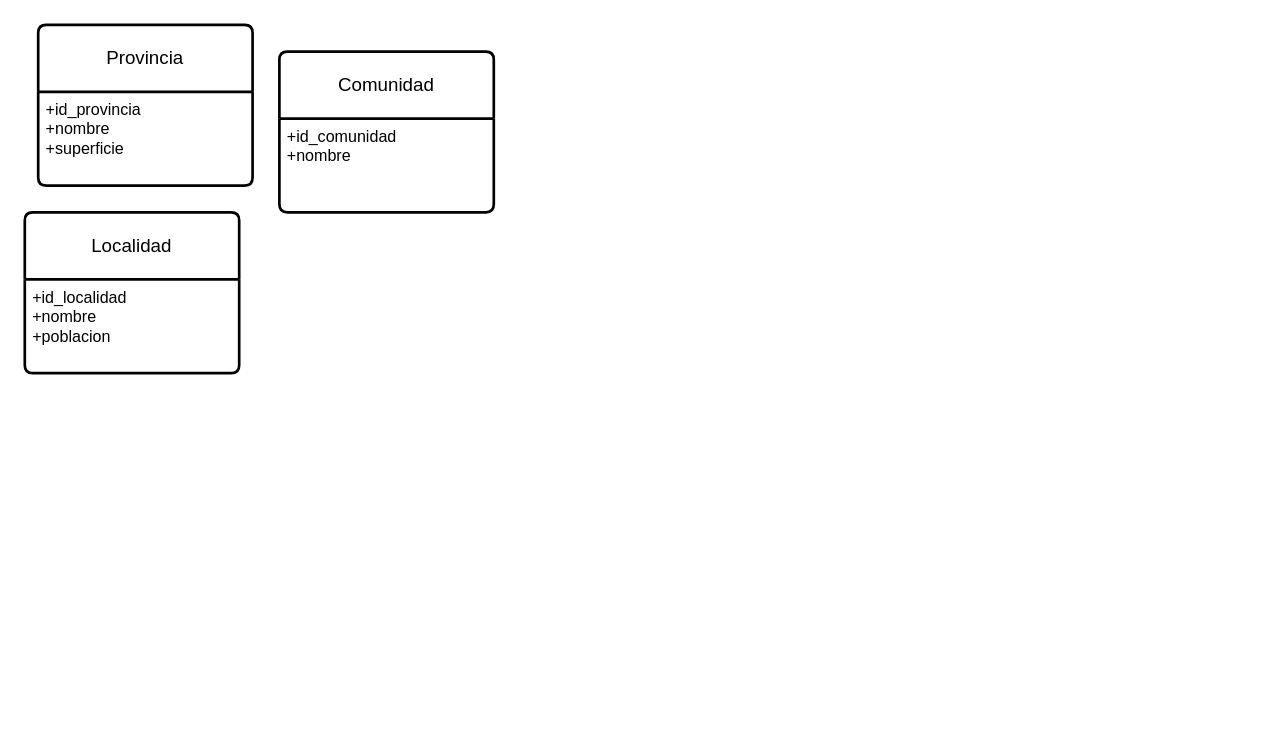
AsierGArranz/aga-sru-sa-t-UD12DiagramaER-11102023 keeps this draw.io diagram as ejercicio3.drawio. Above is the earlier version. Source tidied: cells renumbered, new cells numbered last; positions are measured from the earlier drawing's top-left corner, leaving out a move shared by most shapes. Both pictures are drawn from the tidied source at 134%, with x=0, y=0 at pixel (24, 24).
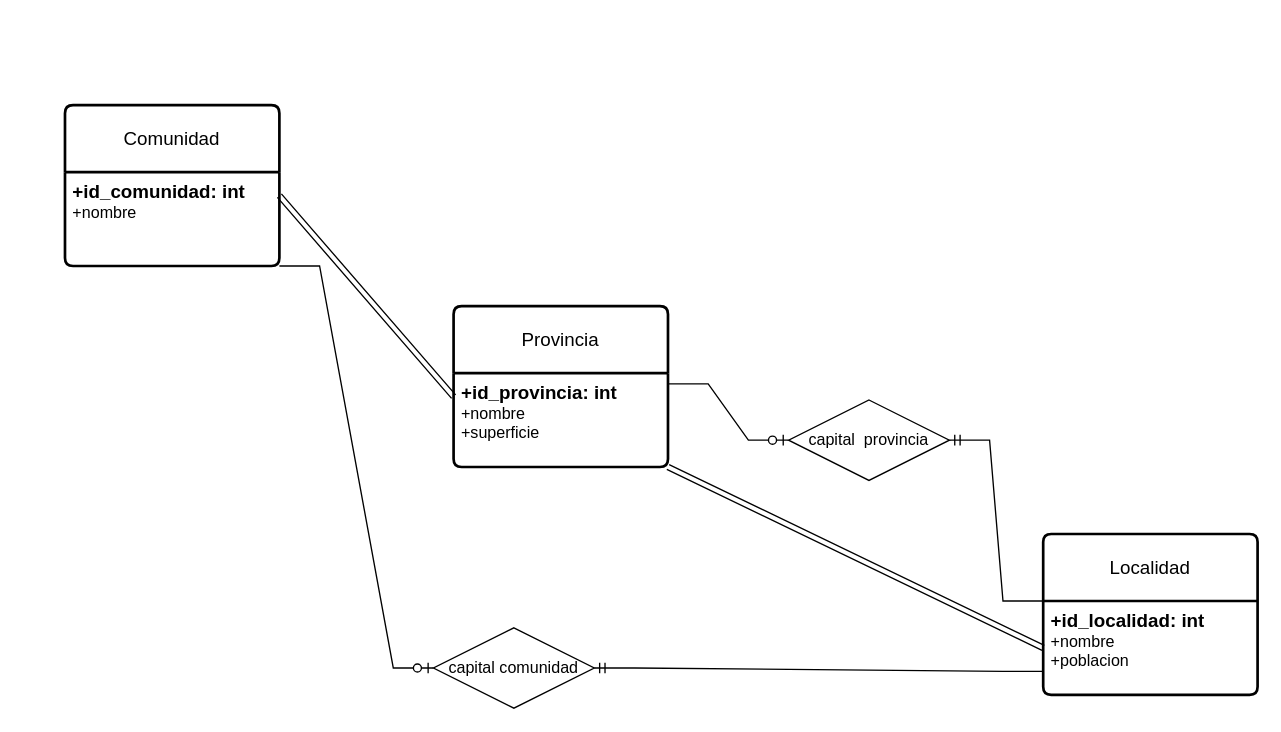
Above is the later version.

Change to the diagram source:
```diff
@@
 <mxGraphModel>
   <root>
     <mxCell id="0" />
     <mxCell id="1" parent="0" />
     <mxCell id="2" value="Localidad" style="swimlane;horizontal=1;startSize=50;rounded=1;fontSize=14;fontStyle=0;strokeWidth=2;shadow=0;dashed=0;align=center;arcSize=4;whiteSpace=wrap;html=1;" parent="1" vertex="1">
-      <mxGeometry y="140" width="160" height="120" as="geometry" />
+      <mxGeometry x="760" y="380" width="160" height="120" as="geometry" />
     </mxCell>
-    <mxCell id="3" value="+id_localidad&lt;br&gt;+nombre&lt;br&gt;+poblacion" style="align=left;strokeColor=none;fillColor=none;spacingLeft=4;fontSize=12;verticalAlign=top;html=1;" parent="2" vertex="1">
+    <mxCell id="3" value="&lt;font style=&quot;font-size: 14px;&quot;&gt;&lt;b&gt;+id_localidad: int&lt;br&gt;&lt;/b&gt;&lt;/font&gt;+nombre&lt;br&gt;+poblacion" style="align=left;strokeColor=none;fillColor=none;spacingLeft=4;fontSize=12;verticalAlign=top;html=1;" parent="2" vertex="1">
       <mxGeometry y="50" width="160" height="70" as="geometry" />
     </mxCell>
     <mxCell id="4" value="Provincia" style="swimlane;horizontal=1;startSize=50;rounded=1;fontSize=14;fontStyle=0;strokeWidth=2;shadow=0;dashed=0;align=center;arcSize=4;whiteSpace=wrap;html=1;" parent="1" vertex="1">
-      <mxGeometry x="10" width="160" height="120" as="geometry" />
+      <mxGeometry x="320" y="210" width="160" height="120" as="geometry" />
     </mxCell>
-    <mxCell id="5" value="+id_provincia&lt;br&gt;+nombre&lt;br&gt;+superficie" style="align=left;strokeColor=none;fillColor=none;spacingLeft=4;fontSize=12;verticalAlign=top;html=1;" parent="4" vertex="1">
+    <mxCell id="5" value="&lt;b&gt;&lt;font style=&quot;font-size: 14px;&quot;&gt;+id_provincia: int&lt;br&gt;&lt;/font&gt;&lt;/b&gt;+nombre&lt;br&gt;+superficie" style="align=left;strokeColor=none;fillColor=none;spacingLeft=4;fontSize=12;verticalAlign=top;html=1;" parent="4" vertex="1">
       <mxGeometry y="50" width="160" height="70" as="geometry" />
     </mxCell>
     <mxCell id="6" value="Comunidad" style="swimlane;horizontal=1;startSize=50;rounded=1;fontSize=14;fontStyle=0;strokeWidth=2;shadow=0;dashed=0;align=center;arcSize=4;whiteSpace=wrap;html=1;" parent="1" vertex="1">
-      <mxGeometry x="190" y="20" width="160" height="120" as="geometry" />
+      <mxGeometry x="30" y="60" width="160" height="120" as="geometry" />
     </mxCell>
-    <mxCell id="7" value="+id_comunidad&lt;br&gt;+nombre" style="align=left;strokeColor=none;fillColor=none;spacingLeft=4;fontSize=12;verticalAlign=top;html=1;" parent="6" vertex="1">
+    <mxCell id="7" value="&lt;font style=&quot;font-size: 14px;&quot;&gt;&lt;b&gt;+id_comunidad: int&lt;/b&gt;&lt;/font&gt;&lt;br&gt;+nombre" style="align=left;strokeColor=none;fillColor=none;spacingLeft=4;fontSize=12;verticalAlign=top;html=1;" parent="6" vertex="1">
       <mxGeometry y="50" width="160" height="70" as="geometry" />
     </mxCell>
+    <mxCell id="8" value="capital comunidad" style="shape=rhombus;perimeter=rhombusPerimeter;whiteSpace=wrap;html=1;align=center;" parent="1" vertex="1">
+      <mxGeometry x="305" y="450" width="120" height="60" as="geometry" />
+    </mxCell>
+    <mxCell id="9" value="capital&amp;nbsp; provincia" style="shape=rhombus;perimeter=rhombusPerimeter;whiteSpace=wrap;html=1;align=center;" parent="1" vertex="1">
+      <mxGeometry x="570" y="280" width="120" height="60" as="geometry" />
+    </mxCell>
+    <mxCell id="10" style="edgeStyle=entityRelationEdgeStyle;fontSize=12;html=1;endArrow=ERzeroToOne;endFill=1;rounded=0;entryX=0;entryY=0.5;entryDx=0;entryDy=0;exitX=1;exitY=1;exitDx=0;exitDy=0;" parent="1" edge="1" source="7" target="8">
+      <mxGeometry relative="1" as="geometry" />
+    </mxCell>
+    <mxCell id="11" style="shape=link;html=1;rounded=0;exitX=1;exitY=0.25;exitDx=0;exitDy=0;entryX=0;entryY=0.25;entryDx=0;entryDy=0;" parent="1" edge="1" source="7" target="5">
+      <mxGeometry relative="1" as="geometry" />
+    </mxCell>
+    <mxCell id="12" style="shape=link;html=1;rounded=0;exitX=1;exitY=1;exitDx=0;exitDy=0;entryX=0;entryY=0.5;entryDx=0;entryDy=0;" parent="1" edge="1" source="5" target="3">
+      <mxGeometry relative="1" as="geometry" />
+    </mxCell>
+    <mxCell id="13" style="edgeStyle=entityRelationEdgeStyle;fontSize=12;html=1;endArrow=ERzeroToOne;endFill=1;rounded=0;entryX=0;entryY=0.5;entryDx=0;entryDy=0;exitX=1;exitY=0.114;exitDx=0;exitDy=0;exitPerimeter=0;" parent="1" edge="1" source="5" target="9">
+      <mxGeometry relative="1" as="geometry" />
+    </mxCell>
+    <mxCell id="14" style="edgeStyle=entityRelationEdgeStyle;fontSize=12;html=1;endArrow=ERmandOne;rounded=0;entryX=1;entryY=0.5;entryDx=0;entryDy=0;exitX=0;exitY=0.75;exitDx=0;exitDy=0;" parent="1" edge="1" source="3" target="8">
+      <mxGeometry relative="1" as="geometry" />
+    </mxCell>
+    <mxCell id="15" style="edgeStyle=entityRelationEdgeStyle;fontSize=12;html=1;endArrow=ERmandOne;rounded=0;entryX=1;entryY=0.5;entryDx=0;entryDy=0;exitX=0;exitY=0;exitDx=0;exitDy=0;" parent="1" edge="1" source="3" target="9">
+      <mxGeometry relative="1" as="geometry" />
+    </mxCell>
   </root>
 </mxGraphModel>
```
